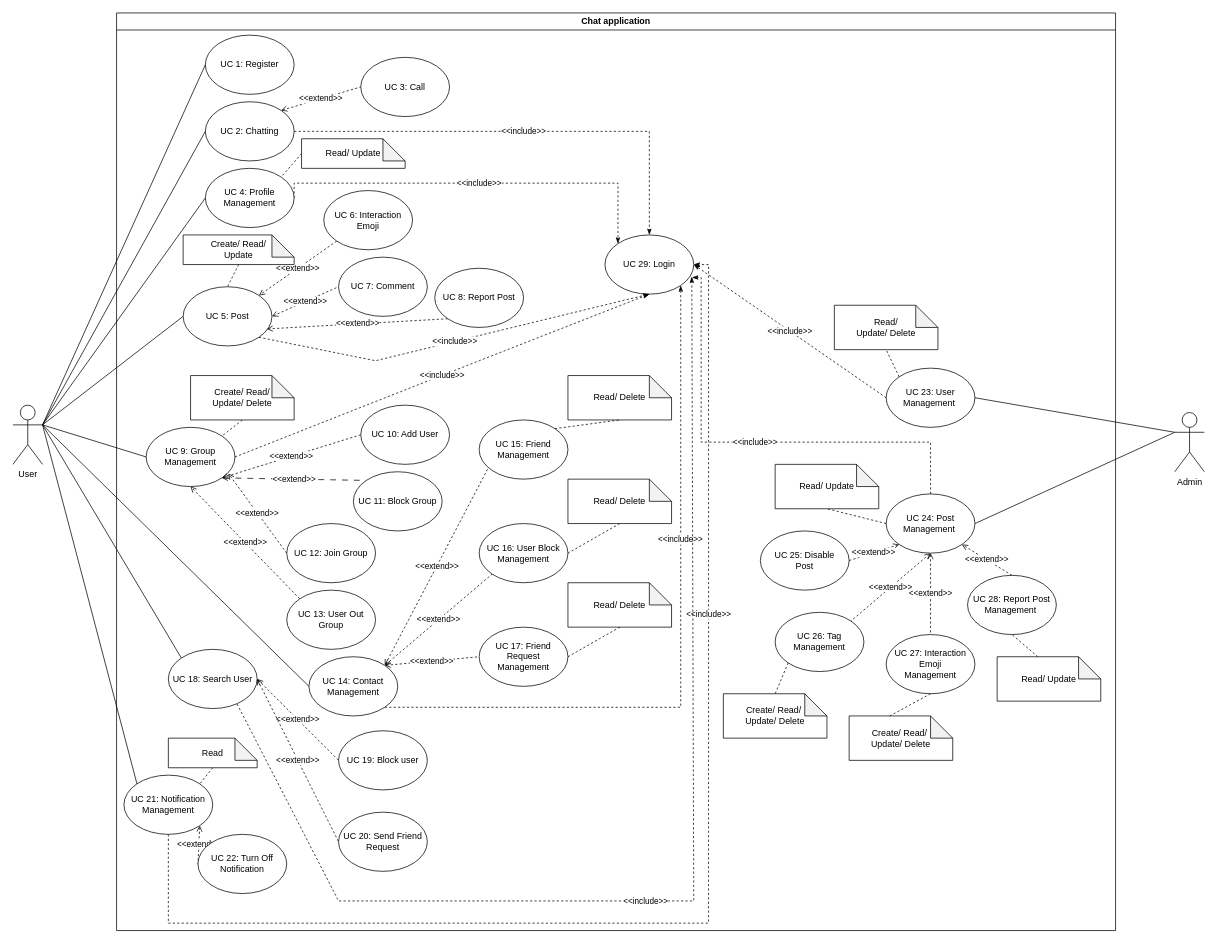
Above: docs/Use Case Diagram/UC-Chatapp.drawio in Carl-Johnsons/Chat-Application (draw.io), before the change. Source tidied: cells renumbered, new cells numbered last; positions are measured from the earlier drawing's top-left corner, leaving out a move shared by most shapes. Both pictures are drawn from the tidied source at 74%, with x=0, y=0 at pixel (13, 13).
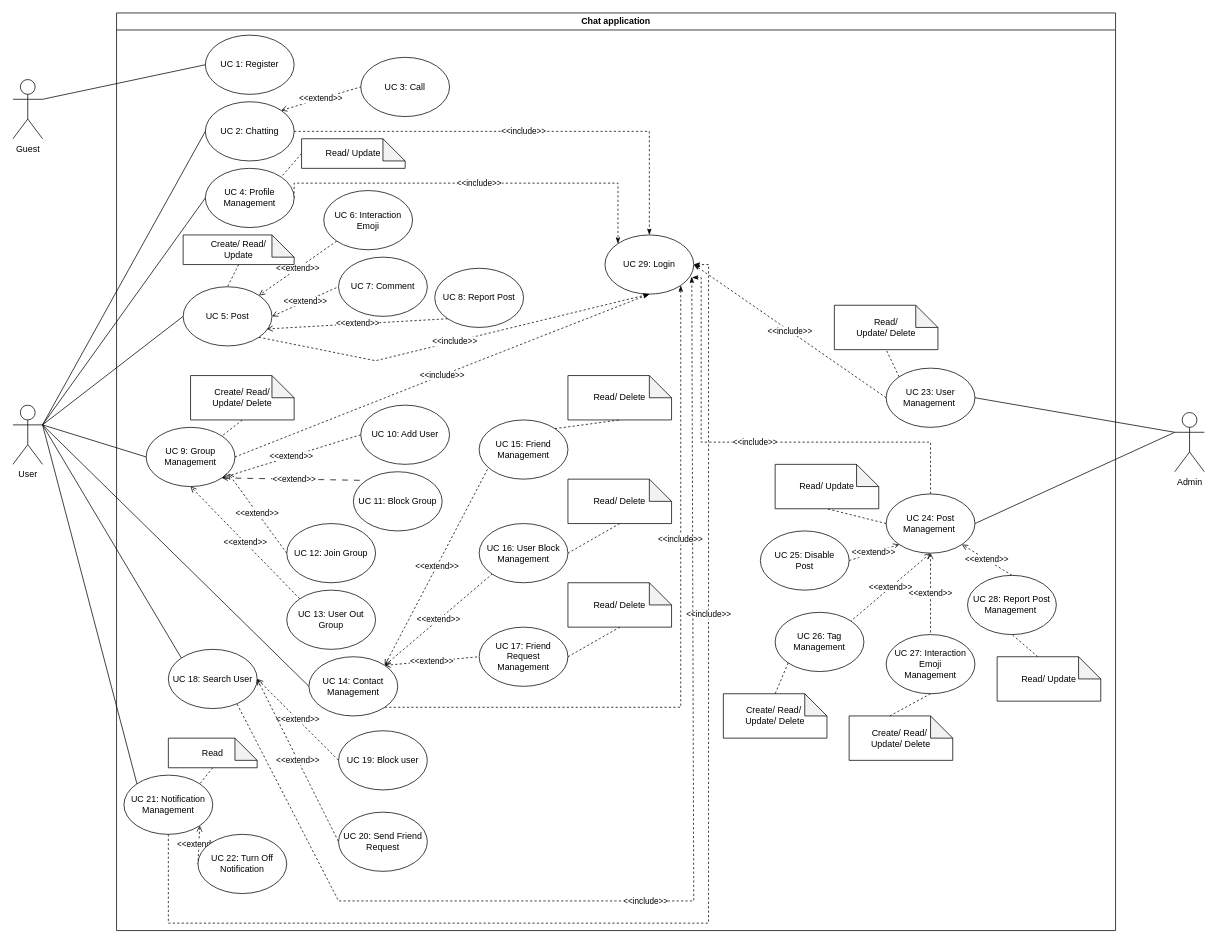
The same page after the edit.

The change refers to these unchanged cells:
```xml
<mxCell id="8" value="UC 1: Register" style="ellipse;whiteSpace=wrap;html=1;" parent="2" vertex="1">
  <mxGeometry x="120" y="30" width="120" height="80" as="geometry" />
</mxCell>
<mxCell id="89" value="User" style="shape=umlActor;verticalLabelPosition=bottom;verticalAlign=top;html=1;outlineConnect=0;" parent="1" vertex="1">
  <mxGeometry y="530" width="40" height="80" as="geometry" />
</mxCell>
```

Diff of the diagram source:
```diff
@@
-    <mxCell id="83" style="rounded=0;jettySize=auto;html=1;exitX=1;exitY=0.3333333333333333;exitDx=0;exitDy=0;exitPerimeter=0;entryX=0;entryY=0.5;entryDx=0;entryDy=0;endArrow=none;endFill=0;" parent="1" edge="1" source="89" target="8">
-      <mxGeometry relative="1" as="geometry" />
-    </mxCell>
@@
+    <mxCell id="95" style="rounded=0;jettySize=auto;html=1;exitX=1;exitY=0.3333333333333333;exitDx=0;exitDy=0;exitPerimeter=0;entryX=0;entryY=0.5;entryDx=0;entryDy=0;endArrow=none;endFill=0;" parent="1" edge="1" source="96" target="8">
+      <mxGeometry relative="1" as="geometry" />
+    </mxCell>
+    <mxCell id="96" value="Guest" style="shape=umlActor;verticalLabelPosition=bottom;verticalAlign=top;html=1;outlineConnect=0;" parent="1" vertex="1">
+      <mxGeometry y="90" width="40" height="80" as="geometry" />
+    </mxCell>
```
